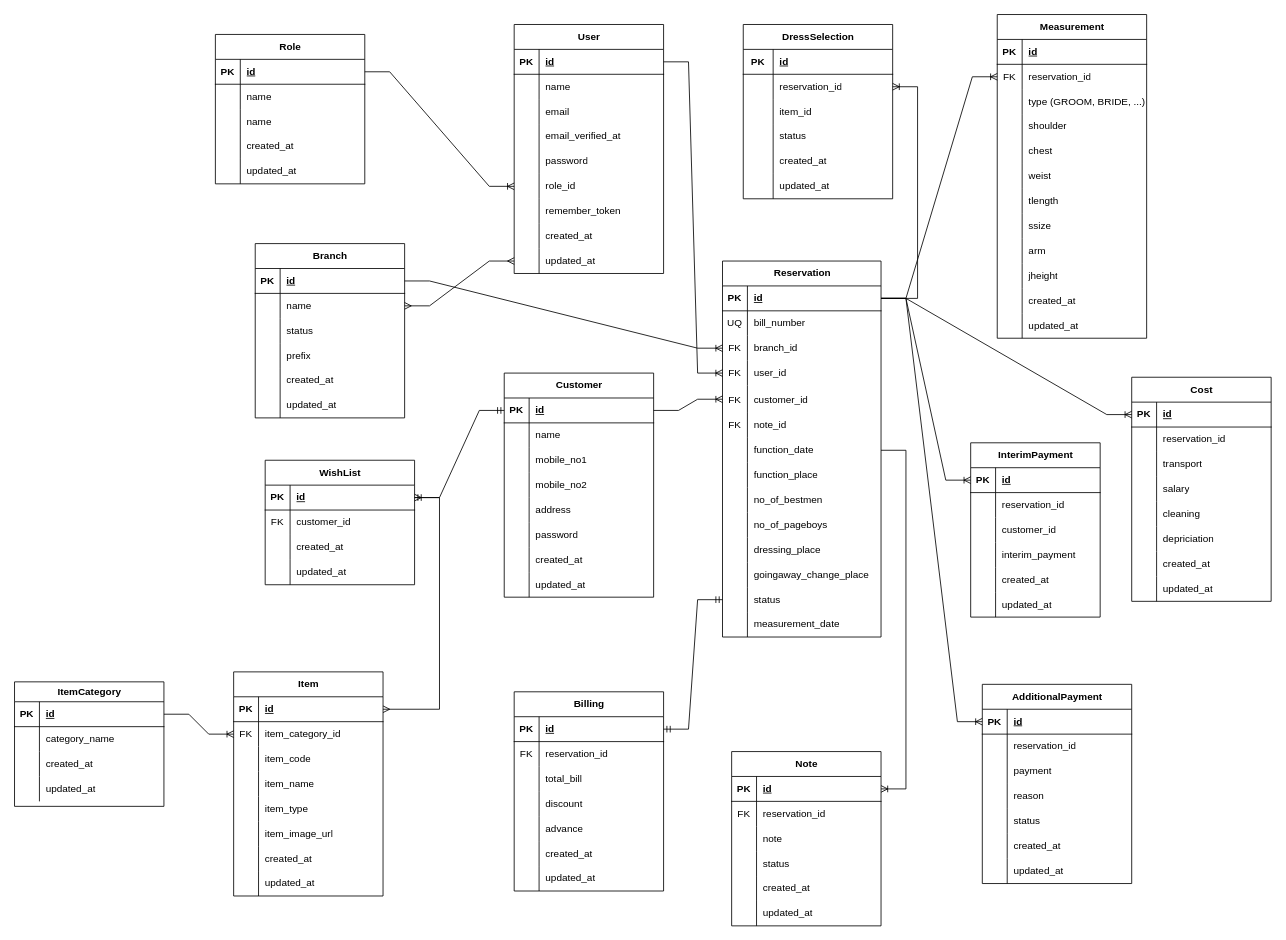
The draw.io diagram ERDiagram.drawio in ranidu-harshana/SriKulaMedura, before the edit. Source tidied: cells renumbered, new cells numbered last; positions are measured from the earlier drawing's top-left corner, leaving out a move shared by most shapes. Both pictures are drawn from the tidied source at 83%, with x=0, y=0 at pixel (14, 14).
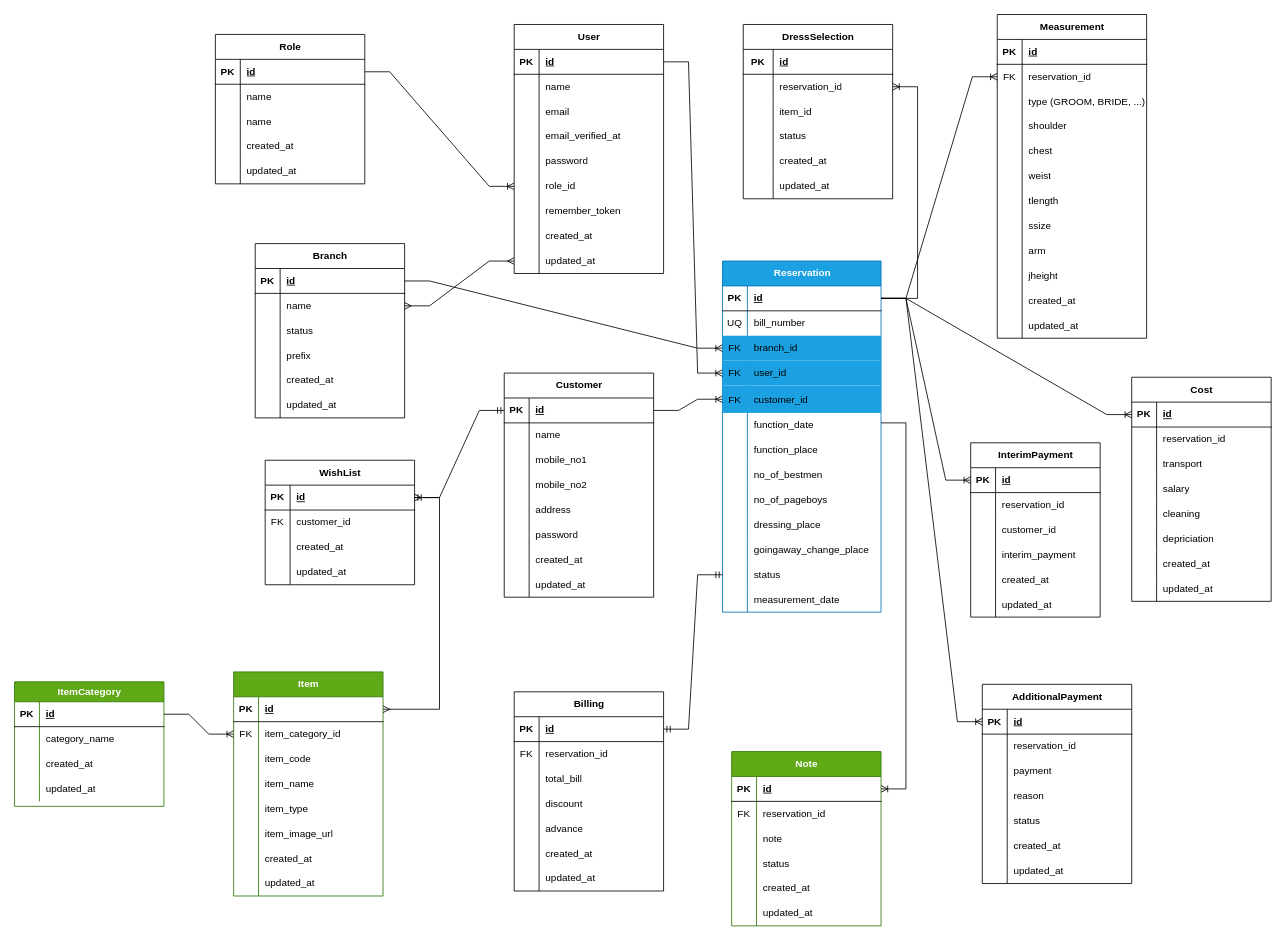
The same diagram, later.

The change refers to these unchanged cells:
```xml
<mxCell id="47" style="shape=tableRow;horizontal=0;startSize=0;swimlaneHead=0;swimlaneBody=0;fillColor=none;points=[[0,0.5],[1,0.5]];portConstraint=eastwest;top=0;left=0;right=0;bottom=1;" parent="46" vertex="1">
  <mxGeometry y="30" width="180" height="30" as="geometry" />
</mxCell>
```

What changed in the source:
```diff
@@
-    <mxCell id="46" value="Note" style="shape=table;startSize=30;childLayout=tableLayout;rowLines=0;fontStyle=1;align=center;html=1;" parent="1" vertex="1">
+    <mxCell id="46" value="Note" style="shape=table;startSize=30;childLayout=tableLayout;rowLines=0;fontStyle=1;align=center;html=1;fillColor=#60a917;fontColor=#ffffff;strokeColor=#2D7600;" parent="1" vertex="1">
       <mxGeometry x="864" y="888" width="180" height="210" as="geometry" />
     </mxCell>
@@
-    <mxCell id="102" value="ItemCategory" style="shape=table;startSize=24;childLayout=tableLayout;rowLines=0;fontStyle=1;align=center;html=1;" parent="1" vertex="1">
+    <mxCell id="102" value="ItemCategory" style="shape=table;startSize=24;childLayout=tableLayout;rowLines=0;fontStyle=1;align=center;html=1;fillColor=#60a917;fontColor=#ffffff;strokeColor=#2D7600;" parent="1" vertex="1">
       <mxGeometry y="804" width="180" height="150" as="geometry" />
     </mxCell>
@@
-    <mxCell id="115" value="Item" style="shape=table;startSize=30;childLayout=tableLayout;rowLines=0;fontStyle=1;align=center;html=1;" parent="1" vertex="1">
+    <mxCell id="115" value="Item" style="shape=table;startSize=30;childLayout=tableLayout;rowLines=0;fontStyle=1;align=center;html=1;fillColor=#60a917;fontColor=#ffffff;strokeColor=#2D7600;" parent="1" vertex="1">
       <mxGeometry x="264" y="792" width="180" height="270" as="geometry" />
     </mxCell>
@@
-    <mxCell id="216" value="Reservation" style="shape=table;startSize=30;childLayout=tableLayout;rowLines=0;fontStyle=1;align=center;html=1;" parent="1" vertex="1">
-      <mxGeometry x="853" y="297" width="191" height="453" as="geometry" />
+    <mxCell id="216" value="Reservation" style="shape=table;startSize=30;childLayout=tableLayout;rowLines=0;fontStyle=1;align=center;html=1;fillColor=#1ba1e2;fontColor=#ffffff;strokeColor=#006EAF;" parent="1" vertex="1">
+      <mxGeometry x="853" y="297" width="191" height="423" as="geometry" />
     </mxCell>
@@
-    <mxCell id="223" style="shape=tableRow;horizontal=0;startSize=0;swimlaneHead=0;swimlaneBody=0;fillColor=none;points=[[0,0.5],[1,0.5]];portConstraint=eastwest;top=0;left=0;right=0;bottom=0;" parent="216" vertex="1">
+    <mxCell id="223" style="shape=tableRow;horizontal=0;startSize=0;swimlaneHead=0;swimlaneBody=0;fillColor=#1ba1e2;points=[[0,0.5],[1,0.5]];portConstraint=eastwest;top=0;left=0;right=0;bottom=0;fontColor=#ffffff;strokeColor=#006EAF;" parent="216" vertex="1">
       <mxGeometry y="90" width="191" height="30" as="geometry" />
     </mxCell>
@@
-    <mxCell id="226" style="shape=tableRow;horizontal=0;startSize=0;swimlaneHead=0;swimlaneBody=0;fillColor=none;points=[[0,0.5],[1,0.5]];portConstraint=eastwest;top=0;left=0;right=0;bottom=0;" parent="216" vertex="1">
+    <mxCell id="226" style="shape=tableRow;horizontal=0;startSize=0;swimlaneHead=0;swimlaneBody=0;fillColor=#1ba1e2;points=[[0,0.5],[1,0.5]];portConstraint=eastwest;top=0;left=0;right=0;bottom=0;fontColor=#ffffff;strokeColor=#006EAF;" parent="216" vertex="1">
       <mxGeometry y="120" width="191" height="30" as="geometry" />
     </mxCell>
@@
-    <mxCell id="229" style="shape=tableRow;horizontal=0;startSize=0;swimlaneHead=0;swimlaneBody=0;fillColor=none;points=[[0,0.5],[1,0.5]];portConstraint=eastwest;top=0;left=0;right=0;bottom=0;" parent="216" vertex="1">
+    <mxCell id="229" style="shape=tableRow;horizontal=0;startSize=0;swimlaneHead=0;swimlaneBody=0;fillColor=#1ba1e2;points=[[0,0.5],[1,0.5]];portConstraint=eastwest;top=0;left=0;right=0;bottom=0;fontColor=#ffffff;strokeColor=#006EAF;" parent="216" vertex="1">
       <mxGeometry y="150" width="191" height="33" as="geometry" />
     </mxCell>
@@
-    <mxCell id="232" style="shape=tableRow;horizontal=0;startSize=0;swimlaneHead=0;swimlaneBody=0;fillColor=none;top=0;left=0;right=0;bottom=0;" parent="216" vertex="1">
-      <mxGeometry y="183" width="191" height="30" as="geometry" />
-    </mxCell>
-    <mxCell id="233" value="FK" style="shape=partialRectangle;fillColor=none;top=0;left=0;bottom=0;right=0;overflow=hidden;whiteSpace=wrap;html=1;" parent="232" vertex="1">
-      <mxGeometry width="30" height="30" as="geometry" />
-    </mxCell>
-    <mxCell id="234" value="note_id" style="shape=partialRectangle;fillColor=none;top=0;left=0;bottom=0;right=0;align=left;spacingLeft=6;overflow=hidden;whiteSpace=wrap;html=1;" parent="232" vertex="1">
-      <mxGeometry x="30" width="161" height="30" as="geometry" />
-    </mxCell>
     <mxCell id="235" style="shape=tableRow;horizontal=0;startSize=0;swimlaneHead=0;swimlaneBody=0;fillColor=none;points=[[0,0.5],[1,0.5]];portConstraint=eastwest;top=0;left=0;right=0;bottom=0;" parent="216" vertex="1">
-      <mxGeometry y="213" width="191" height="30" as="geometry" />
+      <mxGeometry y="183" width="191" height="30" as="geometry" />
     </mxCell>
@@
     <mxCell id="238" style="shape=tableRow;horizontal=0;startSize=0;swimlaneHead=0;swimlaneBody=0;fillColor=none;top=0;left=0;right=0;bottom=0;" parent="216" vertex="1">
-      <mxGeometry y="243" width="191" height="30" as="geometry" />
+      <mxGeometry y="213" width="191" height="30" as="geometry" />
     </mxCell>
@@
     <mxCell id="241" style="shape=tableRow;horizontal=0;startSize=0;swimlaneHead=0;swimlaneBody=0;fillColor=none;top=0;left=0;right=0;bottom=0;" parent="216" vertex="1">
-      <mxGeometry y="273" width="191" height="30" as="geometry" />
+      <mxGeometry y="243" width="191" height="30" as="geometry" />
     </mxCell>
@@
     <mxCell id="244" style="shape=tableRow;horizontal=0;startSize=0;swimlaneHead=0;swimlaneBody=0;fillColor=none;top=0;left=0;right=0;bottom=0;" parent="216" vertex="1">
-      <mxGeometry y="303" width="191" height="30" as="geometry" />
+      <mxGeometry y="273" width="191" height="30" as="geometry" />
     </mxCell>
@@
     <mxCell id="247" style="shape=tableRow;horizontal=0;startSize=0;swimlaneHead=0;swimlaneBody=0;fillColor=none;top=0;left=0;right=0;bottom=0;" parent="216" vertex="1">
-      <mxGeometry y="333" width="191" height="30" as="geometry" />
+      <mxGeometry y="303" width="191" height="30" as="geometry" />
     </mxCell>
@@
     <mxCell id="250" style="shape=tableRow;horizontal=0;startSize=0;swimlaneHead=0;swimlaneBody=0;fillColor=none;top=0;left=0;right=0;bottom=0;" parent="216" vertex="1">
-      <mxGeometry y="363" width="191" height="30" as="geometry" />
+      <mxGeometry y="333" width="191" height="30" as="geometry" />
     </mxCell>
@@
     <mxCell id="253" style="shape=tableRow;horizontal=0;startSize=0;swimlaneHead=0;swimlaneBody=0;fillColor=none;points=[[0,0.5],[1,0.5]];portConstraint=eastwest;top=0;left=0;right=0;bottom=0;" parent="216" vertex="1">
-      <mxGeometry y="393" width="191" height="30" as="geometry" />
+      <mxGeometry y="363" width="191" height="30" as="geometry" />
     </mxCell>
@@
     <mxCell id="256" style="shape=tableRow;horizontal=0;startSize=0;swimlaneHead=0;swimlaneBody=0;fillColor=none;top=0;left=0;right=0;bottom=0;" parent="216" vertex="1">
-      <mxGeometry y="423" width="191" height="30" as="geometry" />
+      <mxGeometry y="393" width="191" height="30" as="geometry" />
     </mxCell>
@@
-    <mxCell id="335" style="edgeStyle=entityRelationEdgeStyle;fontSize=12;html=1;endArrow=ERoneToMany;rounded=0;" parent="1" edge="1" source="235" target="47">
+    <mxCell id="335" style="edgeStyle=entityRelationEdgeStyle;fontSize=12;html=1;endArrow=ERoneToMany;rounded=0;" parent="1" edge="1" target="47">
       <mxGeometry relative="1" as="geometry">
+        <mxPoint x="1044" y="492" as="sourcePoint" />
         <Array as="points">
           <mxPoint x="770" y="492" />
           <mxPoint x="842" y="492" />
         </Array>
       </mxGeometry>
     </mxCell>
```
